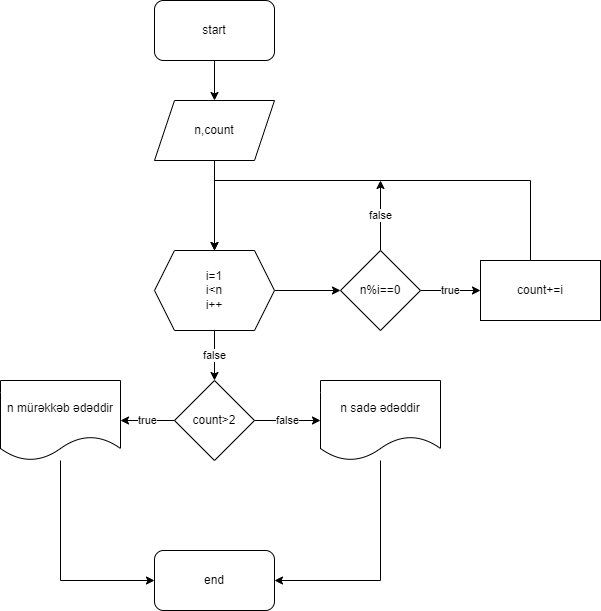
Earlier version of the draw.io export arr-task3.png (MubarizAgayev/arraytasks). Source tidied: cells renumbered, new cells last; positions are measured from the earlier drawing's top-left corner, leaving out a move shared by most shapes. Its diagram source:
```xml
<mxGraphModel>
  <root>
    <mxCell id="0" />
    <mxCell id="1" parent="0" />
    <mxCell id="2" style="edgeStyle=orthogonalEdgeStyle;rounded=0;jettySize=auto;html=1;" parent="1" edge="1" source="3" target="5">
      <mxGeometry relative="1" as="geometry" />
    </mxCell>
    <mxCell id="3" value="start" style="rounded=1;whiteSpace=wrap;html=1;" parent="1" vertex="1">
      <mxGeometry x="154" width="120" height="60" as="geometry" />
    </mxCell>
    <mxCell id="4" style="edgeStyle=orthogonalEdgeStyle;rounded=0;jettySize=auto;html=1;" parent="1" edge="1" source="5" target="11">
      <mxGeometry relative="1" as="geometry" />
    </mxCell>
    <mxCell id="5" value="n,count" style="shape=parallelogram;perimeter=parallelogramPerimeter;whiteSpace=wrap;html=1;fixedSize=1;" parent="1" vertex="1">
      <mxGeometry x="154" y="100" width="120" height="60" as="geometry" />
    </mxCell>
    <mxCell id="6" value="true" style="edgeStyle=orthogonalEdgeStyle;rounded=0;jettySize=auto;html=1;entryX=0;entryY=0.5;entryDx=0;entryDy=0;" parent="1" edge="1" source="8" target="13">
      <mxGeometry relative="1" as="geometry" />
    </mxCell>
    <mxCell id="7" value="false" style="edgeStyle=orthogonalEdgeStyle;rounded=0;jettySize=auto;html=1;" parent="1" edge="1" source="8">
      <mxGeometry relative="1" as="geometry">
        <mxPoint x="380" y="180" as="targetPoint" />
      </mxGeometry>
    </mxCell>
    <mxCell id="8" value="n%i==0" style="rhombus;whiteSpace=wrap;html=1;" parent="1" vertex="1">
      <mxGeometry x="340" y="250" width="80" height="80" as="geometry" />
    </mxCell>
    <mxCell id="9" style="edgeStyle=orthogonalEdgeStyle;rounded=0;jettySize=auto;html=1;" parent="1" edge="1" source="11" target="8">
      <mxGeometry relative="1" as="geometry" />
    </mxCell>
    <mxCell id="10" value="false" style="edgeStyle=orthogonalEdgeStyle;rounded=0;jettySize=auto;html=1;entryX=0.5;entryY=0;entryDx=0;entryDy=0;" parent="1" edge="1" source="11" target="16">
      <mxGeometry relative="1" as="geometry" />
    </mxCell>
    <mxCell id="11" value="i=1&lt;br&gt;i&amp;lt;n&lt;br&gt;i++" style="shape=hexagon;perimeter=hexagonPerimeter2;whiteSpace=wrap;html=1;fixedSize=1;" parent="1" vertex="1">
      <mxGeometry x="154" y="250" width="120" height="80" as="geometry" />
    </mxCell>
    <mxCell id="12" style="edgeStyle=orthogonalEdgeStyle;rounded=0;jettySize=auto;html=1;entryX=0.5;entryY=0;entryDx=0;entryDy=0;" parent="1" edge="1" source="13" target="11">
      <mxGeometry relative="1" as="geometry">
        <Array as="points">
          <mxPoint x="530" y="180" />
          <mxPoint x="214" y="180" />
        </Array>
      </mxGeometry>
    </mxCell>
    <mxCell id="13" value="count+=i" style="rounded=0;whiteSpace=wrap;html=1;" parent="1" vertex="1">
      <mxGeometry x="480" y="260" width="120" height="60" as="geometry" />
    </mxCell>
    <mxCell id="14" value="true" style="edgeStyle=orthogonalEdgeStyle;rounded=0;jettySize=auto;html=1;entryX=1;entryY=0.5;entryDx=0;entryDy=0;" parent="1" edge="1" source="16" target="18">
      <mxGeometry relative="1" as="geometry" />
    </mxCell>
    <mxCell id="15" value="false" style="edgeStyle=orthogonalEdgeStyle;rounded=0;jettySize=auto;html=1;entryX=0;entryY=0.5;entryDx=0;entryDy=0;" parent="1" edge="1" source="16" target="20">
      <mxGeometry relative="1" as="geometry" />
    </mxCell>
    <mxCell id="16" value="count&amp;gt;2" style="rhombus;whiteSpace=wrap;html=1;" parent="1" vertex="1">
      <mxGeometry x="174" y="380" width="80" height="80" as="geometry" />
    </mxCell>
    <mxCell id="17" style="edgeStyle=orthogonalEdgeStyle;rounded=0;jettySize=auto;html=1;entryX=0;entryY=0.5;entryDx=0;entryDy=0;" parent="1" edge="1" source="18" target="21">
      <mxGeometry relative="1" as="geometry">
        <Array as="points">
          <mxPoint x="60" y="580" />
        </Array>
      </mxGeometry>
    </mxCell>
    <mxCell id="18" value="n mürəkkəb ədəddir" style="shape=document;whiteSpace=wrap;html=1;boundedLbl=1;" parent="1" vertex="1">
      <mxGeometry y="380" width="120" height="80" as="geometry" />
    </mxCell>
    <mxCell id="19" style="edgeStyle=orthogonalEdgeStyle;rounded=0;jettySize=auto;html=1;entryX=1;entryY=0.5;entryDx=0;entryDy=0;" parent="1" edge="1" source="20" target="21">
      <mxGeometry relative="1" as="geometry">
        <Array as="points">
          <mxPoint x="380" y="580" />
        </Array>
      </mxGeometry>
    </mxCell>
    <mxCell id="20" value="n sadə ədəddir" style="shape=document;whiteSpace=wrap;html=1;boundedLbl=1;" parent="1" vertex="1">
      <mxGeometry x="320" y="380" width="120" height="80" as="geometry" />
    </mxCell>
    <mxCell id="21" value="end" style="rounded=1;whiteSpace=wrap;html=1;" parent="1" vertex="1">
      <mxGeometry x="154" y="550" width="120" height="60" as="geometry" />
    </mxCell>
  </root>
</mxGraphModel>
```
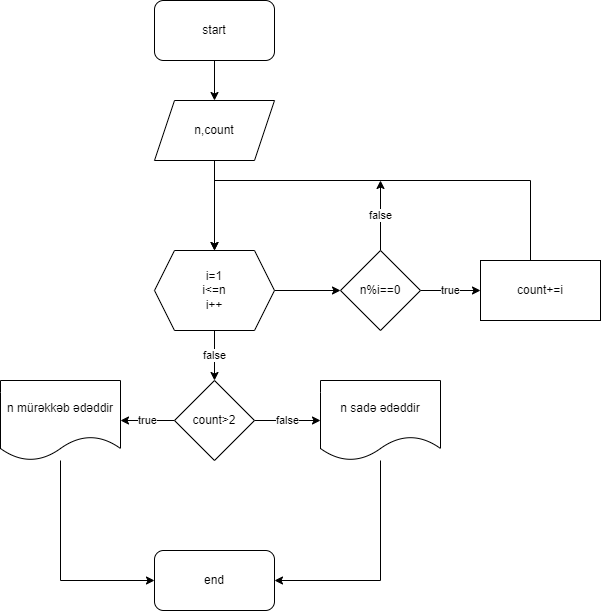
Above is the later version.

Commit message:
array tasks

Change to the diagram source:
```diff
@@ -31,7 +31,7 @@
     <mxCell id="10" value="false" style="edgeStyle=orthogonalEdgeStyle;rounded=0;jettySize=auto;html=1;entryX=0.5;entryY=0;entryDx=0;entryDy=0;" parent="1" edge="1" source="11" target="16">
       <mxGeometry relative="1" as="geometry" />
     </mxCell>
-    <mxCell id="11" value="i=1&lt;br&gt;i&amp;lt;n&lt;br&gt;i++" style="shape=hexagon;perimeter=hexagonPerimeter2;whiteSpace=wrap;html=1;fixedSize=1;" parent="1" vertex="1">
+    <mxCell id="11" value="i=1&lt;br&gt;i&amp;lt;=n&lt;br&gt;i++" style="shape=hexagon;perimeter=hexagonPerimeter2;whiteSpace=wrap;html=1;fixedSize=1;" parent="1" vertex="1">
       <mxGeometry x="154" y="250" width="120" height="80" as="geometry" />
     </mxCell>
     <mxCell id="12" style="edgeStyle=orthogonalEdgeStyle;rounded=0;jettySize=auto;html=1;entryX=0.5;entryY=0;entryDx=0;entryDy=0;" parent="1" edge="1" source="13" target="11">
```
